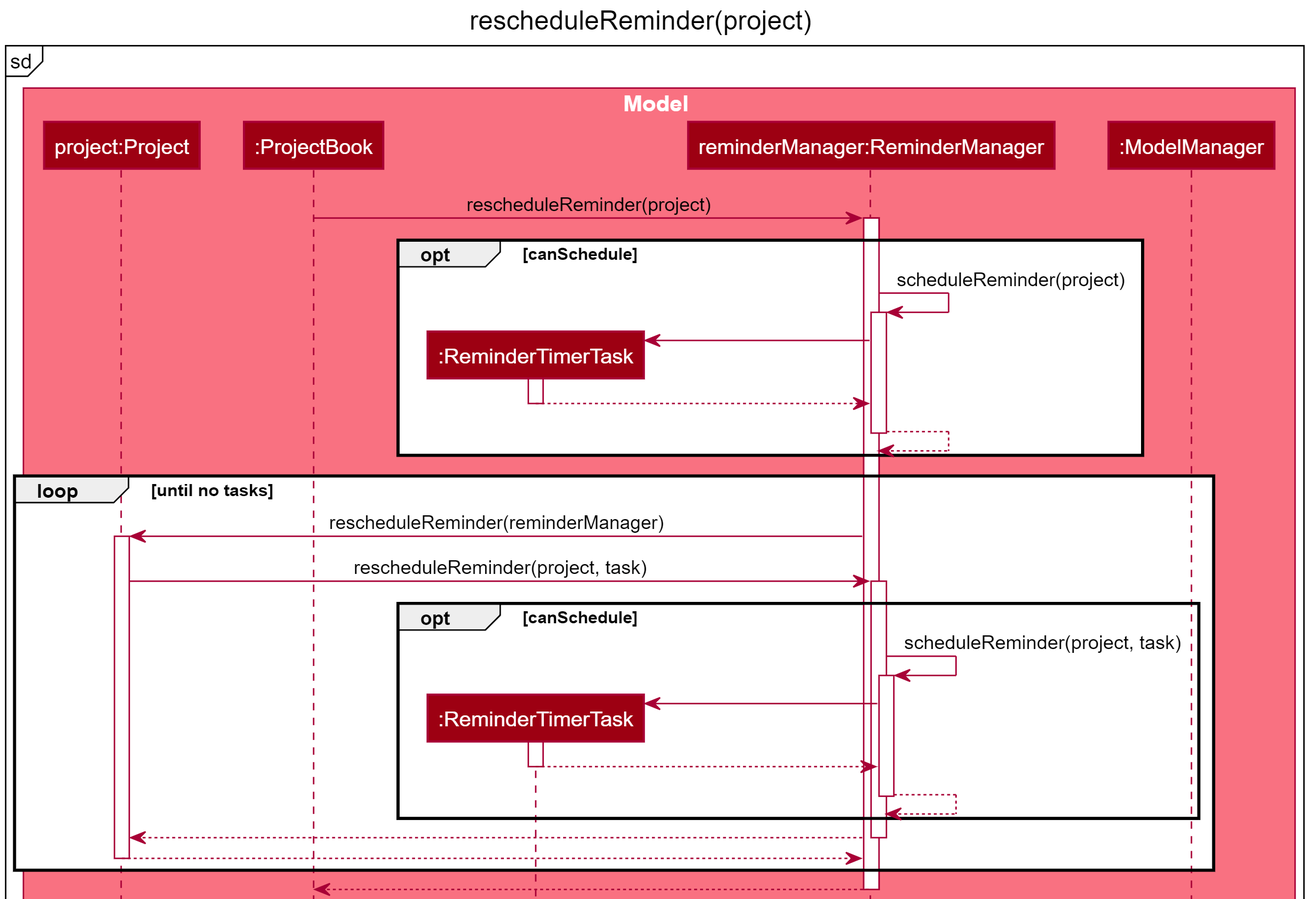
Earlier version of the PlantUML export docs/images/ScheduleReminderSequenceDiagramRescheduleReminderProject.png (pr4aveen/tp). Its source is kept beside it as docs/diagrams/ScheduleReminderSequenceDiagramRescheduleReminderProject.puml.
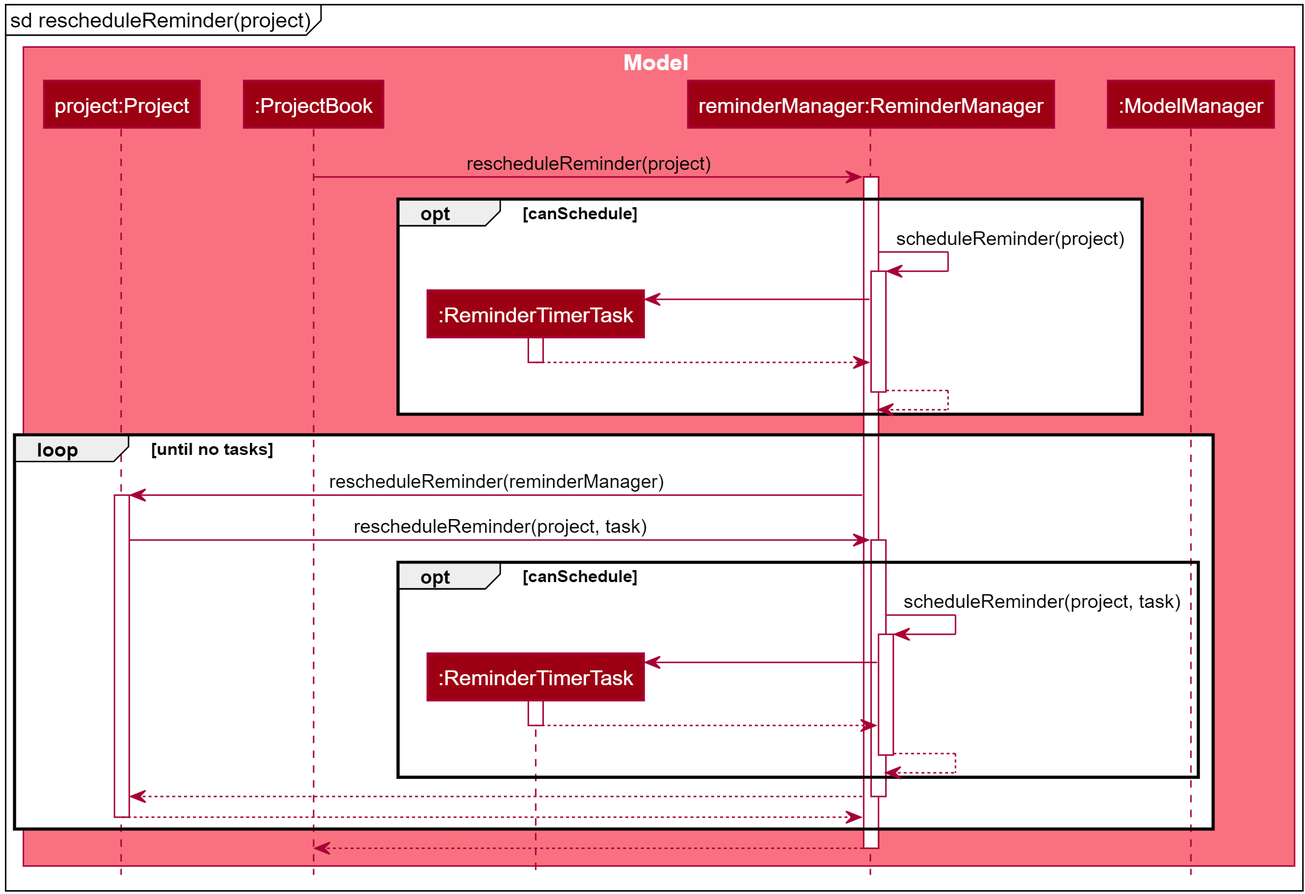
Later version of the same file.

The edit, as a diff of the source:
```diff
@@ -10,8 +10,7 @@
 participant ":ModelManager" as ModelManager MODEL_COLOR
 end box
 
-mainframe sd
-title rescheduleReminder(project)
+mainframe sd rescheduleReminder(project)
 ProjectBook -> ReminderManager : rescheduleReminder(project)
 
 group opt [canSchedule]
```
